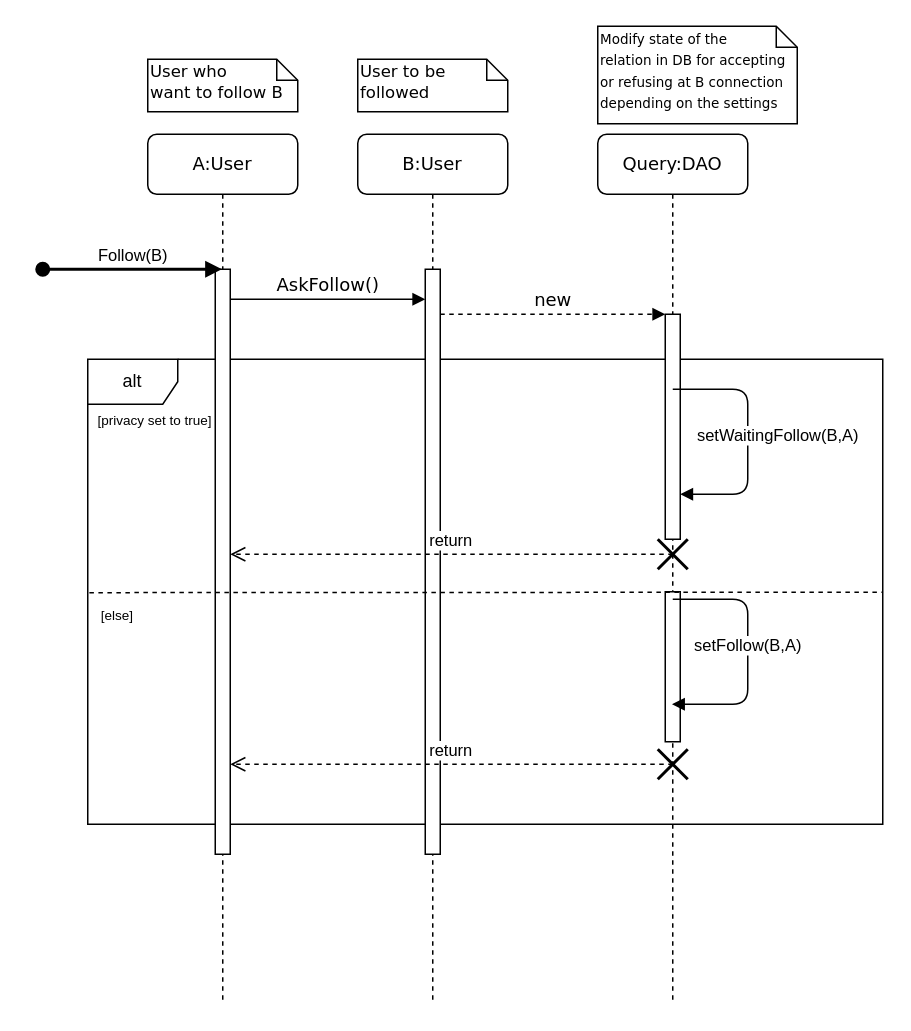
The draw.io diagram Diagrammes/SequenceDiagrams/askFollow.drawio in NNepper/LSINF1225-2020-GroupeL1.1-WishList, before the edit. Source tidied: cells renumbered, new cells numbered last; positions are measured from the earlier drawing's top-left corner, leaving out a move shared by most shapes. Both pictures are drawn from the tidied source at 150%, with x=0, y=0 at pixel (42, 26).
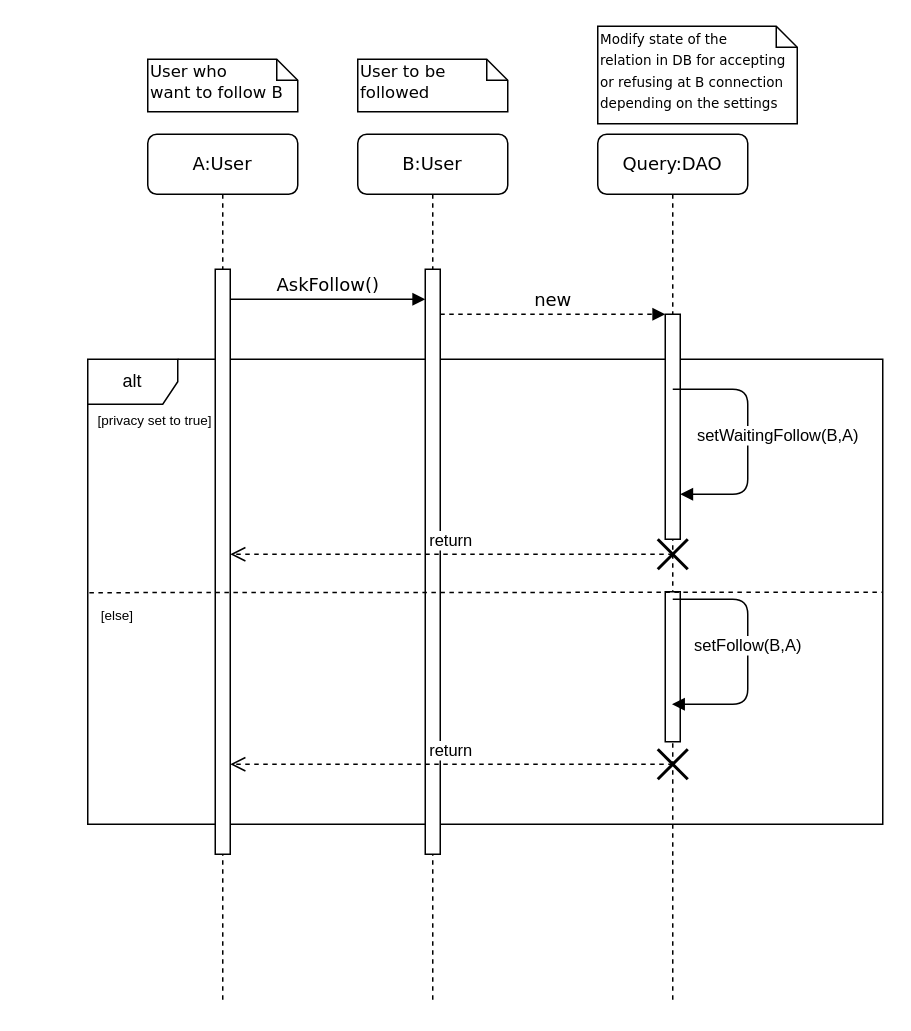
The same diagram, later.

Commit message (it also covers changes not shown here):
Modification (bis) askFollow

Unchanged cells that the change refers to:
```xml
<mxCell id="8" value="A:User" style="shape=umlLifeline;perimeter=lifelinePerimeter;whiteSpace=wrap;html=1;outlineConnect=0;rounded=1;shadow=0;comic=0;labelBackgroundColor=none;strokeWidth=1;fontFamily=Verdana;fontSize=12;align=center;" parent="1" vertex="1">
  <mxGeometry x="70" y="72" width="100" height="580" as="geometry" />
</mxCell>
```

Diff of the diagram source:
```diff
@@
-    <mxCell id="26" value="Follow(B)" style="html=1;verticalAlign=bottom;startArrow=oval;startFill=1;endArrow=block;startSize=8;shadow=0;strokeWidth=2;" parent="1" edge="1" target="8">
-      <mxGeometry relative="1" as="geometry">
-        <mxPoint y="162" as="sourcePoint" />
-        <Array as="points">
-          <mxPoint x="100" y="162" />
-        </Array>
-      </mxGeometry>
-    </mxCell>
```
